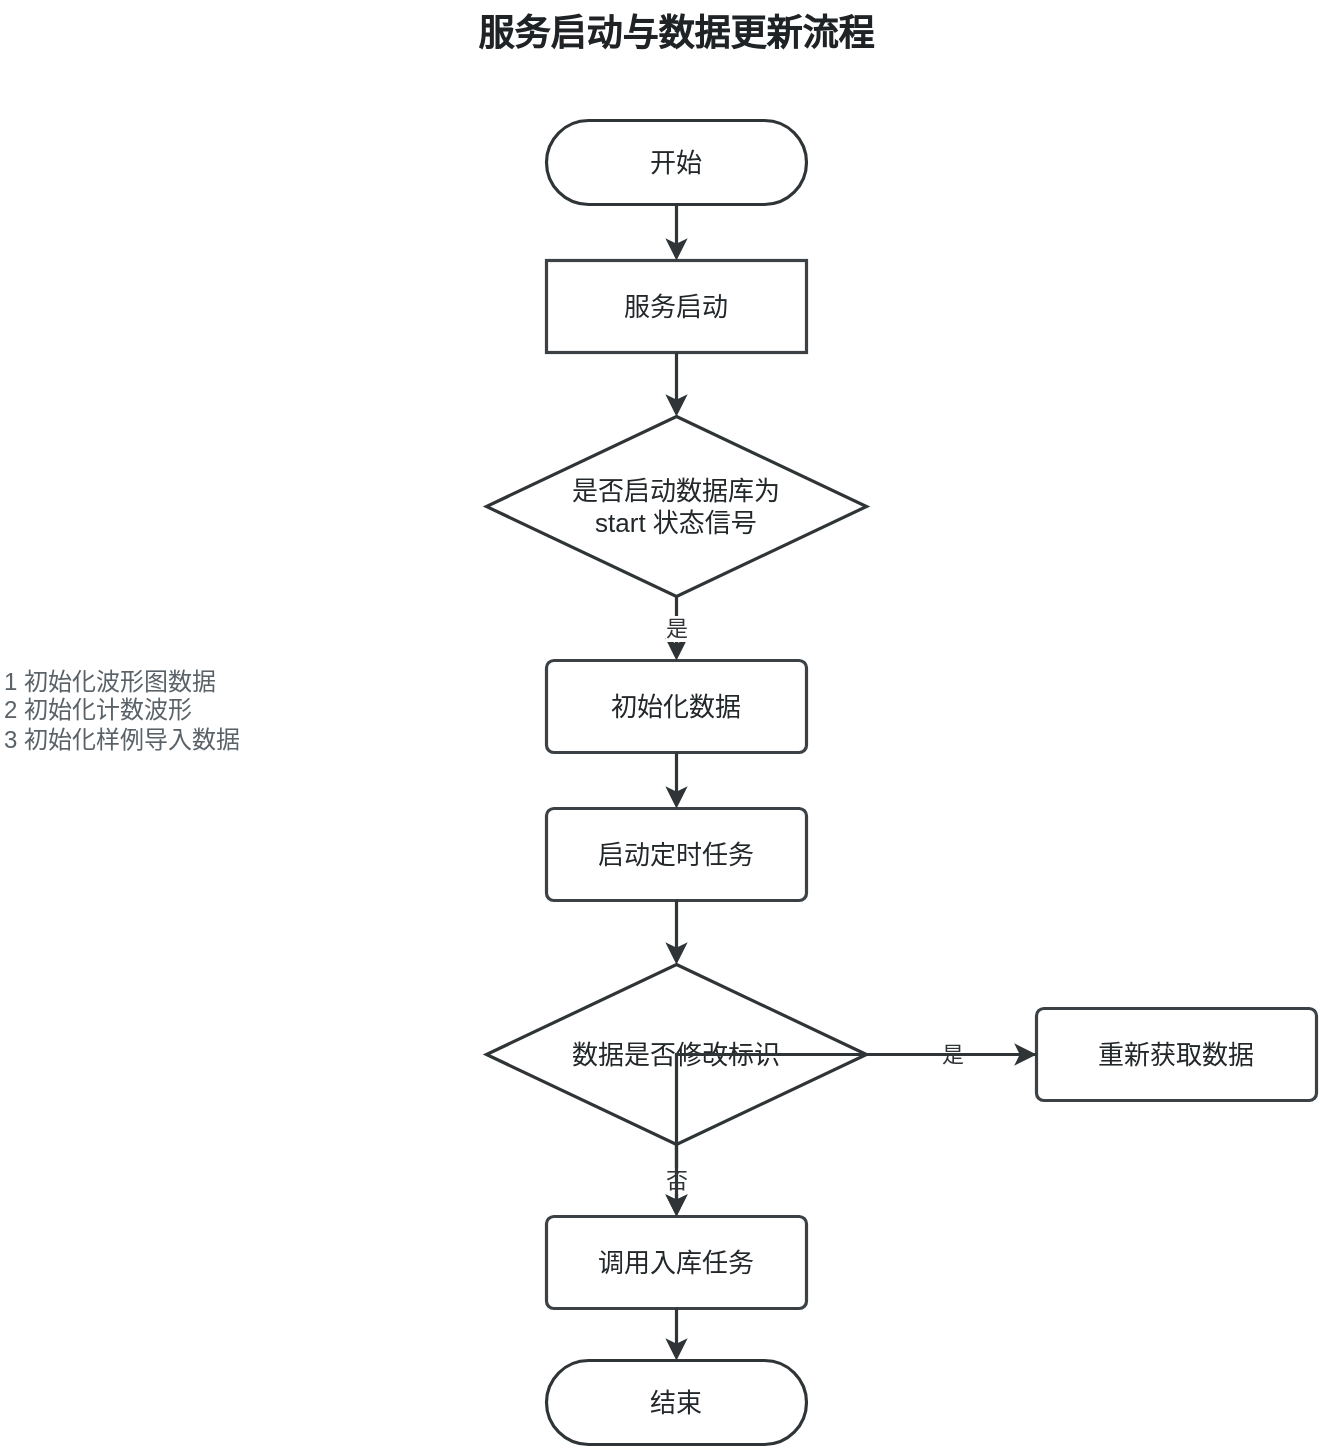
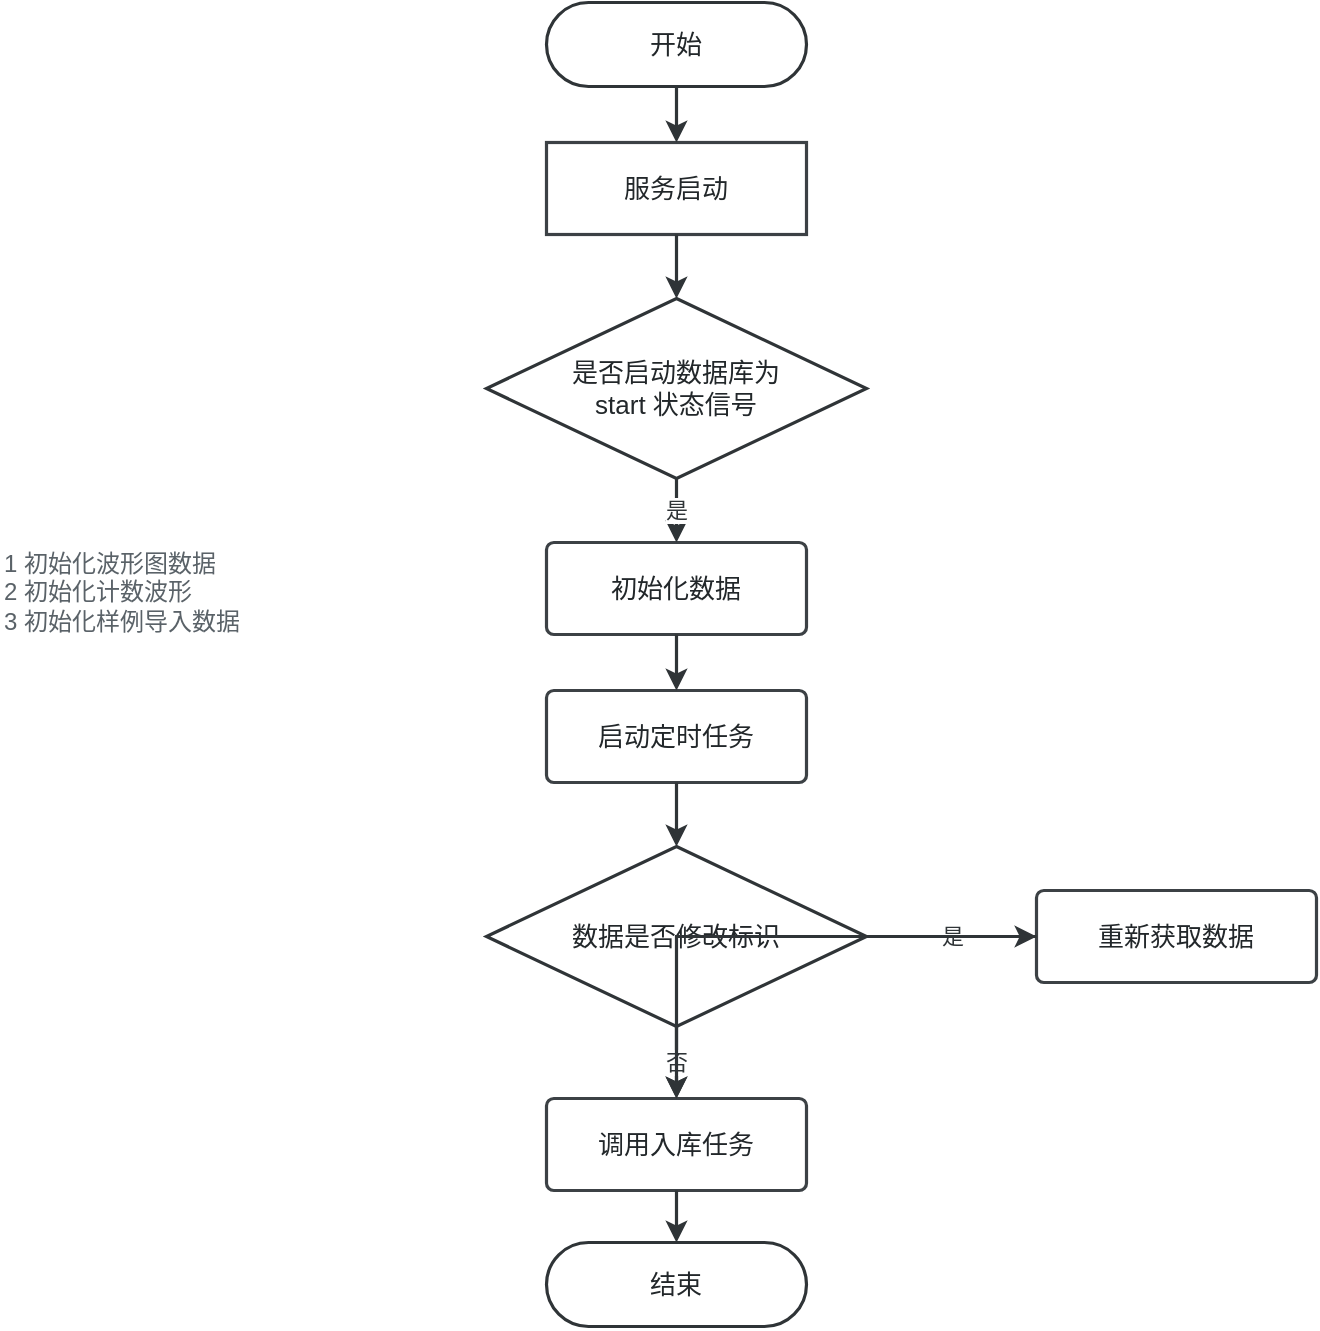
<mxfile host="app.diagrams.net">
  <diagram name="visio-minimal-sample" id="visio-minimal-sample">
    <mxGraphModel dx="1000" dy="800" grid="0" gridSize="10" guides="1" tooltips="1" connect="1" arrows="1" fold="1" page="1" pageScale="1" pageWidth="900" pageHeight="760" math="0" shadow="0">
      <root>
        <mxCell id="0" />
        <mxCell id="1" parent="0" />
-         <mxCell id="title" value="服务启动与数据更新流程" style="text;html=1;strokeColor=none;fillColor=none;fontSize=18;fontStyle=1;fontColor=#1F2326;align=center;verticalAlign=middle;whiteSpace=wrap;rounded=0;" vertex="1" parent="1">
-           <mxGeometry x="270" y="28" width="320" height="34" as="geometry" />
-         </mxCell>
        <mxCell id="start" value="开始" style="rounded=1;whiteSpace=wrap;html=1;arcSize=50;strokeWidth=1.6;fontSize=13;fontColor=#22272A;shadow=0;fillColor=#FFFFFF;strokeColor=#2F3437;" vertex="1" parent="1">
          <mxGeometry x="365" y="88" width="130" height="42" as="geometry" />
        </mxCell>
        <mxCell id="boot" value="服务启动" style="rounded=0;whiteSpace=wrap;html=1;strokeWidth=1.6;fontSize=13;fontColor=#22272A;shadow=0;fillColor=#FFFFFF;strokeColor=#3C4145;" vertex="1" parent="1">
          <mxGeometry x="365" y="158" width="130" height="46" as="geometry" />
        </mxCell>
        <mxCell id="check_start" value="是否启动数据库为&lt;br&gt;start 状态信号" style="rhombus;whiteSpace=wrap;html=1;strokeWidth=1.6;fontSize=13;fontColor=#22272A;shadow=0;fillColor=#FFFFFF;strokeColor=#2F3437;" vertex="1" parent="1">
          <mxGeometry x="335" y="236" width="190" height="90" as="geometry" />
        </mxCell>
        <mxCell id="init" value="初始化数据" style="rounded=1;whiteSpace=wrap;html=1;arcSize=8;strokeWidth=1.6;fontSize=13;fontColor=#22272A;shadow=0;fillColor=#FFFFFF;strokeColor=#3C4145;" vertex="1" parent="1">
          <mxGeometry x="365" y="358" width="130" height="46" as="geometry" />
        </mxCell>
        <mxCell id="timer" value="启动定时任务" style="rounded=1;whiteSpace=wrap;html=1;arcSize=8;strokeWidth=1.6;fontSize=13;fontColor=#22272A;shadow=0;fillColor=#FFFFFF;strokeColor=#3C4145;" vertex="1" parent="1">
          <mxGeometry x="365" y="432" width="130" height="46" as="geometry" />
        </mxCell>
        <mxCell id="changed" value="数据是否修改标识" style="rhombus;whiteSpace=wrap;html=1;strokeWidth=1.6;fontSize=13;fontColor=#22272A;shadow=0;fillColor=#FFFFFF;strokeColor=#2F3437;" vertex="1" parent="1">
          <mxGeometry x="335" y="510" width="190" height="90" as="geometry" />
        </mxCell>
        <mxCell id="reload" value="重新获取数据" style="rounded=1;whiteSpace=wrap;html=1;arcSize=8;strokeWidth=1.6;fontSize=13;fontColor=#22272A;shadow=0;fillColor=#FFFFFF;strokeColor=#3C4145;" vertex="1" parent="1">
          <mxGeometry x="610" y="532" width="140" height="46" as="geometry" />
        </mxCell>
        <mxCell id="store" value="调用入库任务" style="rounded=1;whiteSpace=wrap;html=1;arcSize=8;strokeWidth=1.6;fontSize=13;fontColor=#22272A;shadow=0;fillColor=#FFFFFF;strokeColor=#3C4145;" vertex="1" parent="1">
          <mxGeometry x="365" y="636" width="130" height="46" as="geometry" />
        </mxCell>
        <mxCell id="end" value="结束" style="rounded=1;whiteSpace=wrap;html=1;arcSize=50;strokeWidth=1.6;fontSize=13;fontColor=#22272A;shadow=0;fillColor=#FFFFFF;strokeColor=#2F3437;" vertex="1" parent="1">
          <mxGeometry x="365" y="708" width="130" height="42" as="geometry" />
        </mxCell>
        <mxCell id="note1" value="1 初始化波形图数据&lt;br&gt;2 初始化计数波形&lt;br&gt;3 初始化样例导入数据" style="text;html=1;strokeColor=none;fillColor=none;fontSize=12;fontColor=#5A6268;align=left;verticalAlign=middle;whiteSpace=wrap;rounded=0;" vertex="1" parent="1">
          <mxGeometry x="92" y="350" width="210" height="66" as="geometry" />
        </mxCell>
        <mxCell id="edge_start_boot" value="" style="edgeStyle=orthogonalEdgeStyle;rounded=0;orthogonalLoop=1;jettySize=auto;html=1;strokeWidth=1.6;endArrow=classic;endFill=1;strokeColor=#2F3437;" edge="1" parent="1" source="start" target="boot">
          <mxGeometry relative="1" as="geometry" />
        </mxCell>
        <mxCell id="edge_boot_check" value="" style="edgeStyle=orthogonalEdgeStyle;rounded=0;orthogonalLoop=1;jettySize=auto;html=1;strokeWidth=1.6;endArrow=classic;endFill=1;strokeColor=#2F3437;" edge="1" parent="1" source="boot" target="check_start">
          <mxGeometry relative="1" as="geometry" />
        </mxCell>
        <mxCell id="edge_yes_init" value="是" style="edgeStyle=orthogonalEdgeStyle;rounded=0;orthogonalLoop=1;jettySize=auto;html=1;strokeWidth=1.6;endArrow=classic;endFill=1;strokeColor=#2F3437;fontSize=11;fontColor=#2F3437;" edge="1" parent="1" source="check_start" target="init">
          <mxGeometry relative="1" as="geometry" />
        </mxCell>
        <mxCell id="edge_init_timer" value="" style="edgeStyle=orthogonalEdgeStyle;rounded=0;orthogonalLoop=1;jettySize=auto;html=1;strokeWidth=1.6;endArrow=classic;endFill=1;strokeColor=#2F3437;" edge="1" parent="1" source="init" target="timer">
          <mxGeometry relative="1" as="geometry" />
        </mxCell>
        <mxCell id="edge_timer_changed" value="" style="edgeStyle=orthogonalEdgeStyle;rounded=0;orthogonalLoop=1;jettySize=auto;html=1;strokeWidth=1.6;endArrow=classic;endFill=1;strokeColor=#2F3437;" edge="1" parent="1" source="timer" target="changed">
          <mxGeometry relative="1" as="geometry" />
        </mxCell>
        <mxCell id="edge_changed_reload" value="是" style="edgeStyle=orthogonalEdgeStyle;rounded=0;orthogonalLoop=1;jettySize=auto;html=1;strokeWidth=1.6;endArrow=classic;endFill=1;strokeColor=#2F3437;fontSize=11;fontColor=#2F3437;" edge="1" parent="1" source="changed" target="reload">
          <mxGeometry relative="1" as="geometry" />
        </mxCell>
        <mxCell id="edge_changed_store" value="否" style="edgeStyle=orthogonalEdgeStyle;rounded=0;orthogonalLoop=1;jettySize=auto;html=1;strokeWidth=1.6;endArrow=classic;endFill=1;strokeColor=#2F3437;fontSize=11;fontColor=#2F3437;" edge="1" parent="1" source="changed" target="store">
          <mxGeometry relative="1" as="geometry" />
        </mxCell>
        <mxCell id="edge_reload_store" value="" style="edgeStyle=orthogonalEdgeStyle;rounded=0;orthogonalLoop=1;jettySize=auto;html=1;strokeWidth=1.6;endArrow=classic;endFill=1;strokeColor=#2F3437;" edge="1" parent="1" source="reload" target="store">
          <mxGeometry relative="1" as="geometry" />
        </mxCell>
        <mxCell id="edge_store_end" value="" style="edgeStyle=orthogonalEdgeStyle;rounded=0;orthogonalLoop=1;jettySize=auto;html=1;strokeWidth=1.6;endArrow=classic;endFill=1;strokeColor=#2F3437;" edge="1" parent="1" source="store" target="end">
          <mxGeometry relative="1" as="geometry" />
        </mxCell>
      </root>
    </mxGraphModel>
  </diagram>
</mxfile>
